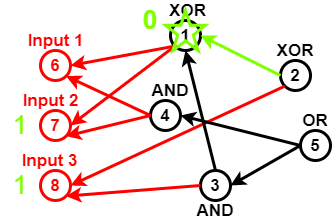
The draw.io diagram Untitled Diagram.png in sara1024/-CCF201412-2-Z-, before a commit. Source tidied: cells renumbered, new cells last; positions are measured from the earlier drawing's top-left corner, leaving out a move shared by most shapes.
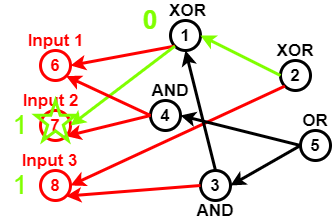
Later version of the same file.

Diff of the diagram source:
```diff
@@ -17,7 +17,7 @@
     <mxCell id="6" style="endArrow=classic;html=1;fontSize=17;fontColor=#000000;strokeWidth=3;entryX=1;entryY=0.5;entryDx=0;entryDy=0;exitX=0;exitY=1;exitDx=0;exitDy=0;strokeColor=#FF0000;" parent="1" edge="1" source="5" target="2">
       <mxGeometry relative="1" as="geometry" />
     </mxCell>
-    <mxCell id="7" style="endArrow=classic;html=1;strokeColor=#FF0000;strokeWidth=3;fontSize=17;fontColor=#000000;entryX=1;entryY=0.5;entryDx=0;entryDy=0;exitX=0;exitY=1;exitDx=0;exitDy=0;" parent="1" edge="1" source="5" target="3">
+    <mxCell id="7" style="endArrow=classic;html=1;strokeWidth=3;fontSize=17;fontColor=#000000;entryX=1;entryY=0.5;entryDx=0;entryDy=0;exitX=0;exitY=1;exitDx=0;exitDy=0;strokeColor=#80FF00;" parent="1" edge="1" source="5" target="3">
       <mxGeometry relative="1" as="geometry" />
     </mxCell>
     <mxCell id="8" value="4" style="ellipse;whiteSpace=wrap;html=1;strokeColor=#000000;strokeWidth=3;fillColor=none;fontSize=17;fontColor=#000000;fontStyle=1;" parent="1" vertex="1">
@@ -81,7 +81,7 @@
       <mxGeometry x="17.5" y="150" width="62.5" height="20" as="geometry" />
     </mxCell>
     <mxCell id="28" style="verticalLabelPosition=bottom;verticalAlign=top;html=1;shape=mxgraph.basic.star;strokeColor=#80FF00;strokeWidth=3;fillColor=none;gradientColor=none;fontSize=17;fontColor=#FF0000;" parent="1" vertex="1">
-      <mxGeometry x="165" y="10" width="40" height="40" as="geometry" />
+      <mxGeometry x="35" y="100" width="40" height="40" as="geometry" />
     </mxCell>
     <mxCell id="29" value="0" style="text;html=1;strokeColor=none;fillColor=none;align=center;verticalAlign=middle;whiteSpace=wrap;rounded=0;fontSize=26;fontStyle=1;fontColor=#80FF00;" parent="1" vertex="1">
       <mxGeometry x="130" y="10" width="40" height="20" as="geometry" />
```
